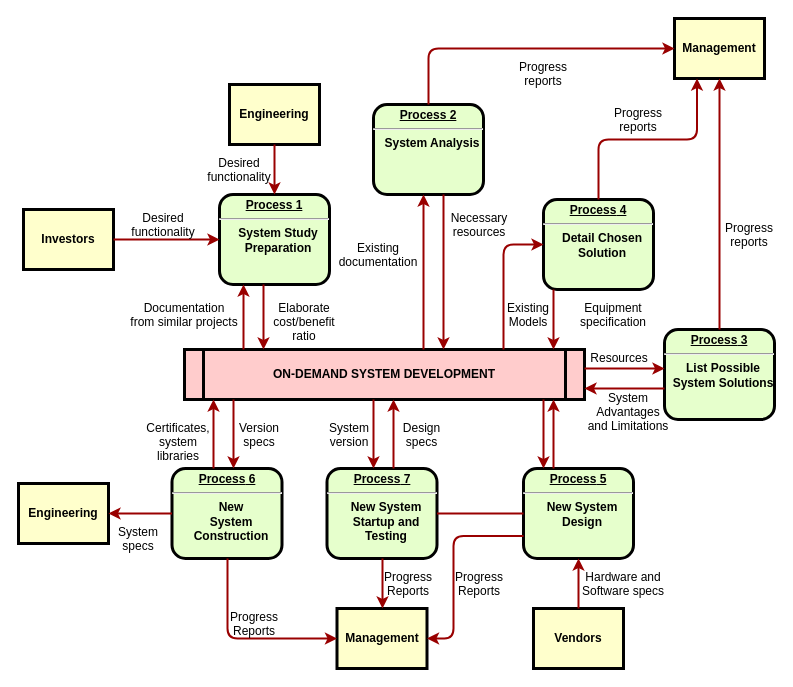
edwinhazel/Hackaton keeps this draw.io diagram as Untitled Diagram.drawio. Above is the earlier version. Source tidied: cells renumbered, new cells numbered last; positions are measured from the earlier drawing's top-left corner, leaving out a move shared by most shapes. Both pictures are drawn from the tidied source at 100%, with x=0, y=0 at pixel (18, 18).
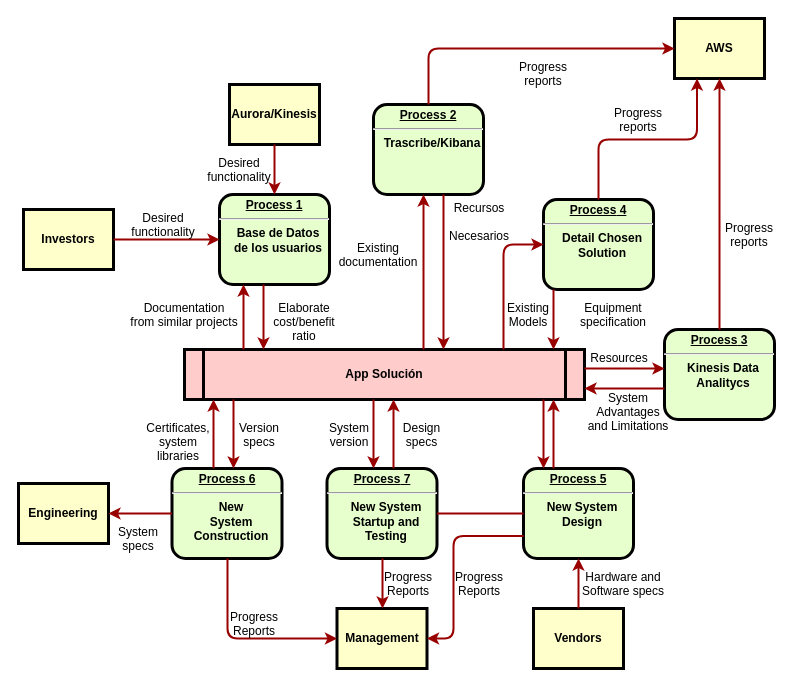
Above is the later version.

Diff of the diagram source:
```diff
@@
-    <mxCell id="2" value="&lt;p style=&quot;margin: 0px; margin-top: 4px; text-align: center; text-decoration: underline;&quot;&gt;&lt;strong&gt;Process 1&lt;br /&gt;&lt;/strong&gt;&lt;/p&gt;&lt;hr /&gt;&lt;p style=&quot;margin: 0px; margin-left: 8px;&quot;&gt;System Study&lt;/p&gt;&lt;p style=&quot;margin: 0px; margin-left: 8px;&quot;&gt;Preparation&lt;/p&gt;" style="verticalAlign=middle;align=center;overflow=fill;fontSize=12;fontFamily=Helvetica;html=1;rounded=1;fontStyle=1;strokeWidth=3;fillColor=#E6FFCC;" parent="1" vertex="1">
+    <mxCell id="2" value="&lt;p style=&quot;margin: 0px ; margin-top: 4px ; text-align: center ; text-decoration: underline&quot;&gt;&lt;strong&gt;Process 1&lt;br&gt;&lt;/strong&gt;&lt;/p&gt;&lt;hr&gt;&lt;p style=&quot;margin: 0px ; margin-left: 8px&quot;&gt;Base de Datos &lt;br&gt;&lt;/p&gt;&lt;p style=&quot;margin: 0px ; margin-left: 8px&quot;&gt;de los usuarios&lt;br&gt;&lt;/p&gt;&lt;p style=&quot;margin: 0px ; margin-left: 8px&quot;&gt;&lt;br&gt;&lt;/p&gt;" style="verticalAlign=middle;align=center;overflow=fill;fontSize=12;fontFamily=Helvetica;html=1;rounded=1;fontStyle=1;strokeWidth=3;fillColor=#E6FFCC;" parent="1" vertex="1">
       <mxGeometry x="201" y="176" width="110" height="90" as="geometry" />
     </mxCell>
-    <mxCell id="3" value="Engineering" style="whiteSpace=wrap;align=center;verticalAlign=middle;fontStyle=1;strokeWidth=3;fillColor=#FFFFCC;" parent="1" vertex="1">
+    <mxCell id="3" value="Aurora/Kinesis" style="whiteSpace=wrap;align=center;verticalAlign=middle;fontStyle=1;strokeWidth=3;fillColor=#FFFFCC;" parent="1" vertex="1">
       <mxGeometry x="211" y="66" width="90" height="60" as="geometry" />
     </mxCell>
@@
-    <mxCell id="5" value="ON-DEMAND SYSTEM DEVELOPMENT" style="shape=process;whiteSpace=wrap;align=center;verticalAlign=middle;size=0.0475;fontStyle=1;strokeWidth=3;fillColor=#FFCCCC;" parent="1" vertex="1">
+    <mxCell id="5" value="App Solución" style="shape=process;whiteSpace=wrap;align=center;verticalAlign=middle;size=0.0475;fontStyle=1;strokeWidth=3;fillColor=#FFCCCC;" parent="1" vertex="1">
       <mxGeometry x="166" y="331" width="400" height="50" as="geometry" />
     </mxCell>
-    <mxCell id="6" value="&lt;p style=&quot;margin: 0px; margin-top: 4px; text-align: center; text-decoration: underline;&quot;&gt;&lt;strong&gt;Process 2&lt;br /&gt;&lt;/strong&gt;&lt;/p&gt;&lt;hr /&gt;&lt;p style=&quot;margin: 0px; margin-left: 8px;&quot;&gt;System Analysis&lt;/p&gt;" style="verticalAlign=middle;align=center;overflow=fill;fontSize=12;fontFamily=Helvetica;html=1;rounded=1;fontStyle=1;strokeWidth=3;fillColor=#E6FFCC;" parent="1" vertex="1">
+    <mxCell id="6" value="&lt;p style=&quot;margin: 0px ; margin-top: 4px ; text-align: center ; text-decoration: underline&quot;&gt;&lt;strong&gt;Process 2&lt;br&gt;&lt;/strong&gt;&lt;/p&gt;&lt;hr&gt;&lt;p style=&quot;margin: 0px ; margin-left: 8px&quot;&gt;Trascribe/Kibana&lt;/p&gt;" style="verticalAlign=middle;align=center;overflow=fill;fontSize=12;fontFamily=Helvetica;html=1;rounded=1;fontStyle=1;strokeWidth=3;fillColor=#E6FFCC;" parent="1" vertex="1">
       <mxGeometry x="355" y="86" width="110" height="90" as="geometry" />
     </mxCell>
-    <mxCell id="7" value="&lt;p style=&quot;margin: 0px; margin-top: 4px; text-align: center; text-decoration: underline;&quot;&gt;&lt;strong&gt;&lt;strong&gt;Process&lt;/strong&gt; 3&lt;br /&gt;&lt;/strong&gt;&lt;/p&gt;&lt;hr /&gt;&lt;p style=&quot;margin: 0px; margin-left: 8px;&quot;&gt;List Possible&lt;/p&gt;&lt;p style=&quot;margin: 0px; margin-left: 8px;&quot;&gt;System Solutions&lt;/p&gt;" style="verticalAlign=middle;align=center;overflow=fill;fontSize=12;fontFamily=Helvetica;html=1;rounded=1;fontStyle=1;strokeWidth=3;fillColor=#E6FFCC;" parent="1" vertex="1">
+    <mxCell id="7" value="&lt;p style=&quot;margin: 0px ; margin-top: 4px ; text-align: center ; text-decoration: underline&quot;&gt;&lt;strong&gt;&lt;strong&gt;Process&lt;/strong&gt; 3&lt;br&gt;&lt;/strong&gt;&lt;/p&gt;&lt;hr&gt;&lt;p style=&quot;margin: 0px ; margin-left: 8px&quot;&gt;Kinesis Data&lt;/p&gt;&lt;p style=&quot;margin: 0px ; margin-left: 8px&quot;&gt;Analitycs&lt;br&gt;&lt;/p&gt;" style="verticalAlign=middle;align=center;overflow=fill;fontSize=12;fontFamily=Helvetica;html=1;rounded=1;fontStyle=1;strokeWidth=3;fillColor=#E6FFCC;" parent="1" vertex="1">
       <mxGeometry x="646" y="311" width="110" height="90" as="geometry" />
     </mxCell>
@@
-    <mxCell id="11" value="Management" style="whiteSpace=wrap;align=center;verticalAlign=middle;fontStyle=1;strokeWidth=3;fillColor=#FFFFCC;" parent="1" vertex="1">
+    <mxCell id="11" value="AWS" style="whiteSpace=wrap;align=center;verticalAlign=middle;fontStyle=1;strokeWidth=3;fillColor=#FFFFCC;" parent="1" vertex="1">
       <mxGeometry x="656" width="90" height="60" as="geometry" />
     </mxCell>
@@
-    <mxCell id="28" value="Necessary&#10;resources" style="text;spacingTop=-5;align=center;" parent="1" vertex="1">
-      <mxGeometry x="446" y="191" width="30" height="20" as="geometry" />
+    <mxCell id="28" value="Recursos &#10;&#10;Necesarios&#10;" style="text;spacingTop=-5;align=center;" parent="1" vertex="1">
+      <mxGeometry x="446" y="181" width="30" height="20" as="geometry" />
     </mxCell>
```
